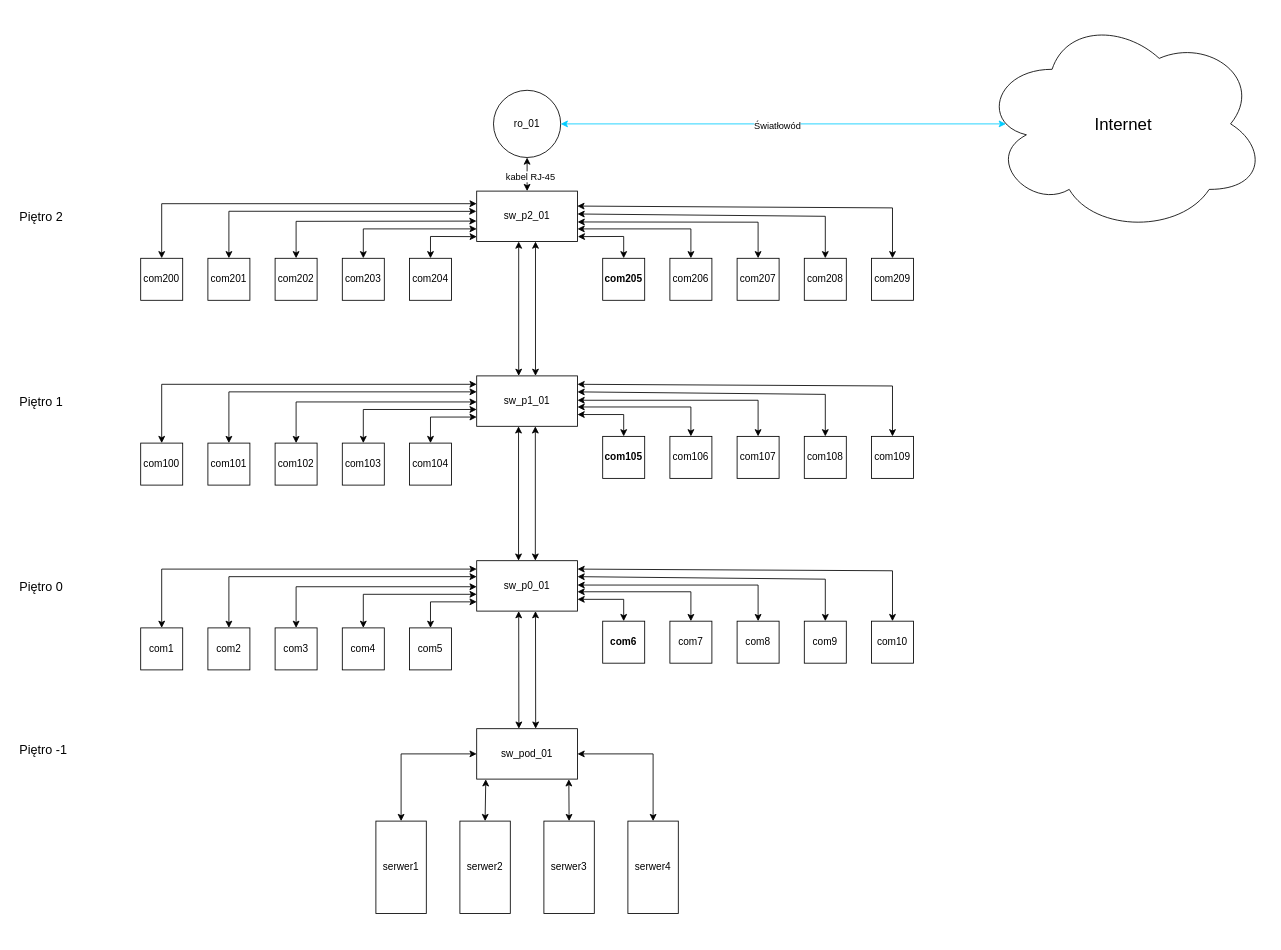
Earlier version of the draw.io diagram diagram.drawio (PepegaGranie/Storage). Source tidied: cells renumbered, new cells numbered last; positions are measured from the earlier drawing's top-left corner, leaving out a move shared by most shapes. Both pictures are drawn from the tidied source at 84%, with x=0, y=0 at pixel (14, 14).
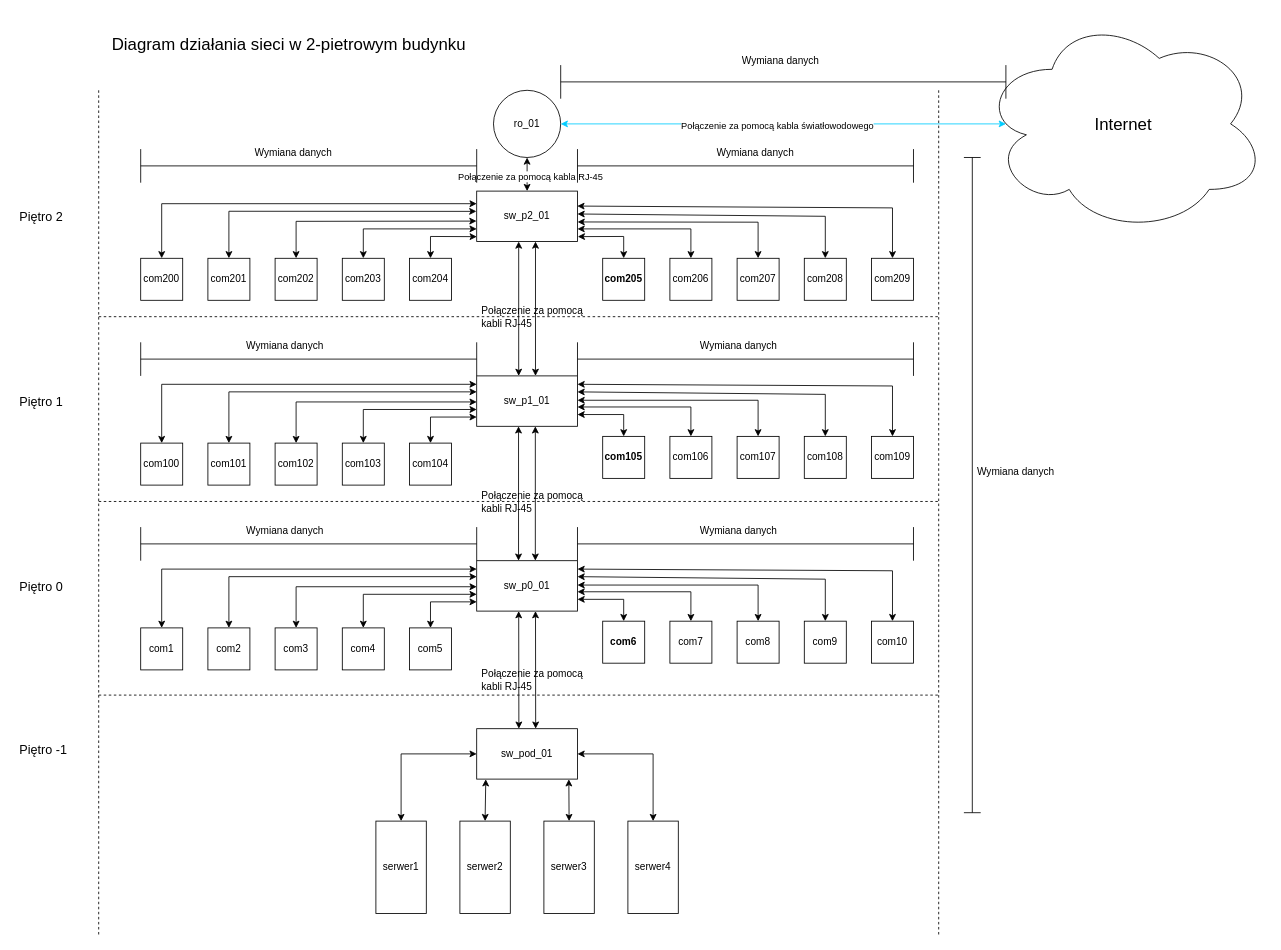
Above is the later version.

Unchanged cells that the change refers to:
```xml
<mxCell id="7" style="endArrow=classic;startArrow=classic;html=1;rounded=0;entryX=0.5;entryY=1;entryDx=0;entryDy=0;" parent="1" edge="1" target="2">
  <mxGeometry relative="1" as="geometry">
    <mxPoint x="610" y="210" as="sourcePoint" />
  </mxGeometry>
</mxCell>
<mxCell id="83" style="endArrow=classic;startArrow=classic;html=1;rounded=0;exitX=1;exitY=0.5;exitDx=0;exitDy=0;fillColor=#dae8fc;strokeColor=#00ccff;" parent="1" edge="1" source="2">
  <mxGeometry relative="1" as="geometry">
    <mxPoint x="1180" y="130" as="targetPoint" />
  </mxGeometry>
</mxCell>
```

The edit, as a diff of the source:
```diff
@@
-    <mxCell id="8" value="kabel RJ-45" style="edgeLabel;html=1;align=center;verticalAlign=middle;" parent="7" vertex="1">
+    <mxCell id="8" value="Połączenie za pomocą kabla RJ-45" style="edgeLabel;html=1;align=center;verticalAlign=middle;" parent="7" vertex="1">
       <mxGeometry x="-0.16" y="-3" relative="1" as="geometry">
         <mxPoint y="-1" as="offset" />
       </mxGeometry>
     </mxCell>
@@
-    <mxCell id="84" value="Światłowód" style="edgeLabel;html=1;align=center;verticalAlign=middle;" parent="83" vertex="1">
+    <mxCell id="84" value="Połączenie za pomocą kabla światłowodowego" style="edgeLabel;html=1;align=center;verticalAlign=middle;" parent="83" vertex="1">
       <mxGeometry x="-0.03" y="-1" relative="1" as="geometry" />
     </mxCell>
@@
+    <mxCell id="90" value="&lt;font style=&quot;font-size: 20px;&quot;&gt;Diagram działania sieci w 2-pietrowym budynku&amp;nbsp;&lt;/font&gt;" style="text;strokeColor=none;fillColor=none;align=left;verticalAlign=middle;spacingLeft=4;spacingRight=4;overflow=hidden;whiteSpace=wrap;html=1;" parent="1" vertex="1">
+      <mxGeometry x="110" width="540" height="70" as="geometry" />
+    </mxCell>
+    <mxCell id="91" value="&lt;font style=&quot;font-size: 12px;&quot;&gt;Połączenie za pomocą kabli RJ-45&lt;/font&gt;" style="text;strokeColor=none;fillColor=none;align=left;verticalAlign=middle;spacingLeft=4;spacingRight=4;overflow=hidden;whiteSpace=wrap;html=1;" parent="1" vertex="1">
+      <mxGeometry x="550" y="340" width="150" height="40" as="geometry" />
+    </mxCell>
+    <mxCell id="92" value="&lt;font style=&quot;font-size: 12px;&quot;&gt;Połączenie za pomocą kabli RJ-45&lt;/font&gt;" style="text;strokeColor=none;fillColor=none;align=left;verticalAlign=middle;spacingLeft=4;spacingRight=4;overflow=hidden;whiteSpace=wrap;html=1;" parent="1" vertex="1">
+      <mxGeometry x="550" y="560" width="150" height="40" as="geometry" />
+    </mxCell>
+    <mxCell id="93" value="&lt;font style=&quot;font-size: 12px;&quot;&gt;Połączenie za pomocą kabli RJ-45&lt;/font&gt;" style="text;strokeColor=none;fillColor=none;align=left;verticalAlign=middle;spacingLeft=4;spacingRight=4;overflow=hidden;whiteSpace=wrap;html=1;" parent="1" vertex="1">
+      <mxGeometry x="550" y="772" width="150" height="40" as="geometry" />
+    </mxCell>
+    <mxCell id="94" style="shape=crossbar;whiteSpace=wrap;html=1;rounded=1;" parent="1" vertex="1">
+      <mxGeometry x="150" y="160" width="400" height="40" as="geometry" />
+    </mxCell>
+    <mxCell id="95" style="shape=crossbar;whiteSpace=wrap;html=1;rounded=1;" parent="1" vertex="1">
+      <mxGeometry x="670" y="160" width="400" height="40" as="geometry" />
+    </mxCell>
+    <mxCell id="96" style="shape=crossbar;whiteSpace=wrap;html=1;rounded=1;" parent="1" vertex="1">
+      <mxGeometry x="650" y="60" width="530" height="40" as="geometry" />
+    </mxCell>
+    <mxCell id="97" style="shape=crossbar;whiteSpace=wrap;html=1;rounded=1;" parent="1" vertex="1">
+      <mxGeometry x="150" y="390" width="400" height="40" as="geometry" />
+    </mxCell>
+    <mxCell id="98" style="shape=crossbar;whiteSpace=wrap;html=1;rounded=1;" parent="1" vertex="1">
+      <mxGeometry x="670" y="390" width="400" height="40" as="geometry" />
+    </mxCell>
+    <mxCell id="99" style="shape=crossbar;whiteSpace=wrap;html=1;rounded=1;" parent="1" vertex="1">
+      <mxGeometry x="150" y="610" width="400" height="40" as="geometry" />
+    </mxCell>
+    <mxCell id="100" style="shape=crossbar;whiteSpace=wrap;html=1;rounded=1;" parent="1" vertex="1">
+      <mxGeometry x="670" y="610" width="400" height="40" as="geometry" />
+    </mxCell>
+    <mxCell id="101" style="shape=crossbar;whiteSpace=wrap;html=1;rounded=1;direction=south;" parent="1" vertex="1">
+      <mxGeometry x="1130" y="170" width="20" height="780" as="geometry" />
+    </mxCell>
+    <mxCell id="102" value="Wymiana danych" style="text;strokeColor=none;fillColor=none;align=left;verticalAlign=middle;spacingLeft=4;spacingRight=4;overflow=hidden;whiteSpace=wrap;html=1;" parent="1" vertex="1">
+      <mxGeometry x="860" y="40" width="105" height="30" as="geometry" />
+    </mxCell>
+    <mxCell id="103" value="Wymiana danych" style="text;strokeColor=none;fillColor=none;align=left;verticalAlign=middle;spacingLeft=4;spacingRight=4;overflow=hidden;whiteSpace=wrap;html=1;direction=west;" parent="1" vertex="1">
+      <mxGeometry x="1140" y="530" width="105" height="30" as="geometry" />
+    </mxCell>
+    <mxCell id="104" value="Wymiana danych" style="text;strokeColor=none;fillColor=none;align=left;verticalAlign=middle;spacingLeft=4;spacingRight=4;overflow=hidden;whiteSpace=wrap;html=1;" parent="1" vertex="1">
+      <mxGeometry x="830" y="150" width="105" height="30" as="geometry" />
+    </mxCell>
+    <mxCell id="105" value="Wymiana danych" style="text;strokeColor=none;fillColor=none;align=left;verticalAlign=middle;spacingLeft=4;spacingRight=4;overflow=hidden;whiteSpace=wrap;html=1;" parent="1" vertex="1">
+      <mxGeometry x="280" y="150" width="105" height="30" as="geometry" />
+    </mxCell>
+    <mxCell id="106" value="Wymiana danych" style="text;strokeColor=none;fillColor=none;align=left;verticalAlign=middle;spacingLeft=4;spacingRight=4;overflow=hidden;whiteSpace=wrap;html=1;fontStyle=0;" parent="1" vertex="1">
+      <mxGeometry x="810" y="380" width="105" height="30" as="geometry" />
+    </mxCell>
+    <mxCell id="107" value="Wymiana danych" style="text;strokeColor=none;fillColor=none;align=left;verticalAlign=middle;spacingLeft=4;spacingRight=4;overflow=hidden;whiteSpace=wrap;html=1;" parent="1" vertex="1">
+      <mxGeometry x="270" y="380" width="105" height="30" as="geometry" />
+    </mxCell>
+    <mxCell id="108" value="Wymiana danych" style="text;strokeColor=none;fillColor=none;align=left;verticalAlign=middle;spacingLeft=4;spacingRight=4;overflow=hidden;whiteSpace=wrap;html=1;" parent="1" vertex="1">
+      <mxGeometry x="810" y="600" width="105" height="30" as="geometry" />
+    </mxCell>
+    <mxCell id="109" value="Wymiana danych" style="text;strokeColor=none;fillColor=none;align=left;verticalAlign=middle;spacingLeft=4;spacingRight=4;overflow=hidden;whiteSpace=wrap;html=1;" parent="1" vertex="1">
+      <mxGeometry x="270" y="600" width="105" height="30" as="geometry" />
+    </mxCell>
+    <mxCell id="110" style="endArrow=none;dashed=1;html=1;rounded=0;" parent="1" edge="1">
+      <mxGeometry relative="1" as="geometry">
+        <mxPoint x="100" y="810" as="sourcePoint" />
+        <mxPoint x="1100" y="810" as="targetPoint" />
+      </mxGeometry>
+    </mxCell>
+    <mxCell id="111" style="endArrow=none;dashed=1;html=1;rounded=0;" parent="1" edge="1">
+      <mxGeometry relative="1" as="geometry">
+        <mxPoint x="100" y="579.5" as="sourcePoint" />
+        <mxPoint x="1100" y="579.5" as="targetPoint" />
+      </mxGeometry>
+    </mxCell>
+    <mxCell id="112" style="endArrow=none;dashed=1;html=1;rounded=0;" parent="1" edge="1">
+      <mxGeometry relative="1" as="geometry">
+        <mxPoint x="100" y="359.5" as="sourcePoint" />
+        <mxPoint x="1100" y="359.5" as="targetPoint" />
+      </mxGeometry>
+    </mxCell>
+    <mxCell id="113" style="endArrow=none;dashed=1;html=1;rounded=0;" parent="1" edge="1">
+      <mxGeometry relative="1" as="geometry">
+        <mxPoint x="100" y="1095" as="sourcePoint" />
+        <mxPoint x="100" y="90" as="targetPoint" />
+      </mxGeometry>
+    </mxCell>
+    <mxCell id="114" style="endArrow=none;dashed=1;html=1;rounded=0;" parent="1" edge="1">
+      <mxGeometry relative="1" as="geometry">
+        <mxPoint x="1100" y="1095" as="sourcePoint" />
+        <mxPoint x="1100" y="90" as="targetPoint" />
+      </mxGeometry>
+    </mxCell>
```
